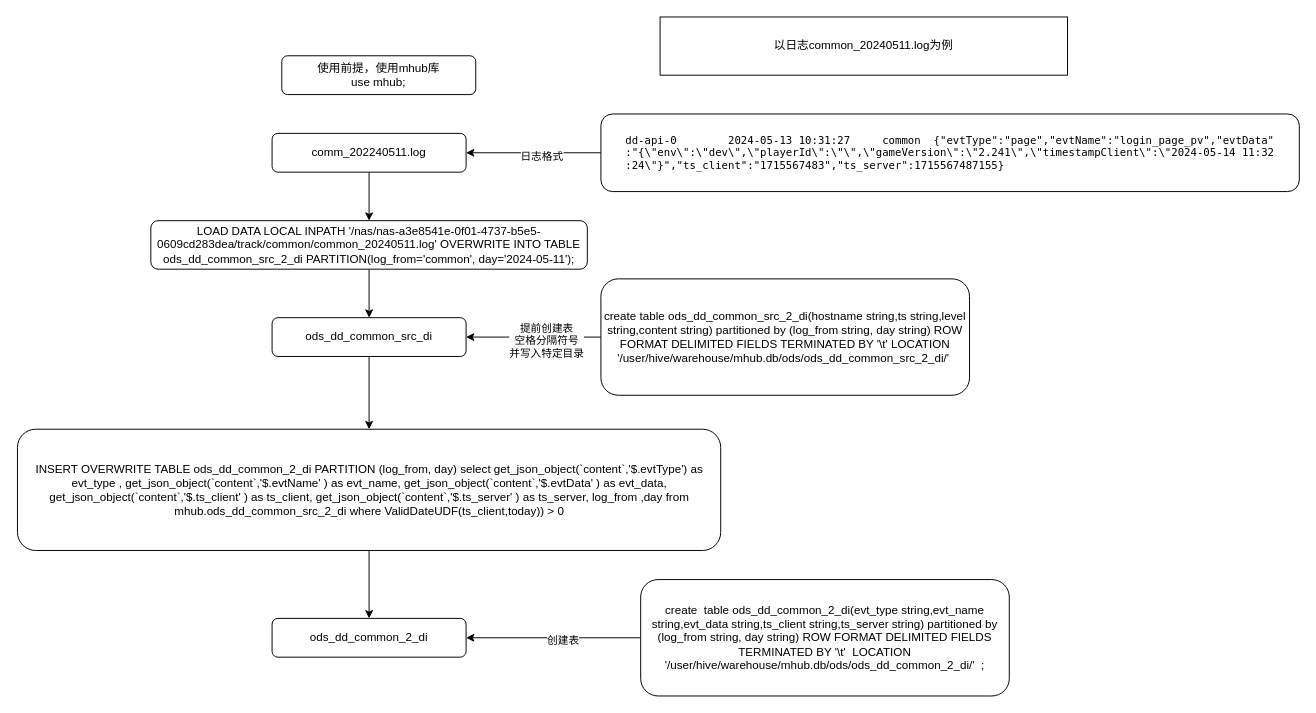
This is 掼蛋数据开发日志表流转流程.drawio from dfqxyfy/image, a draw.io file, before an edit. Source tidied: cells renumbered, new cells numbered last; positions are measured from the earlier drawing's top-left corner, leaving out a move shared by most shapes. Both pictures are drawn from the tidied source at 97%, with x=0, y=0 at pixel (17, 16).
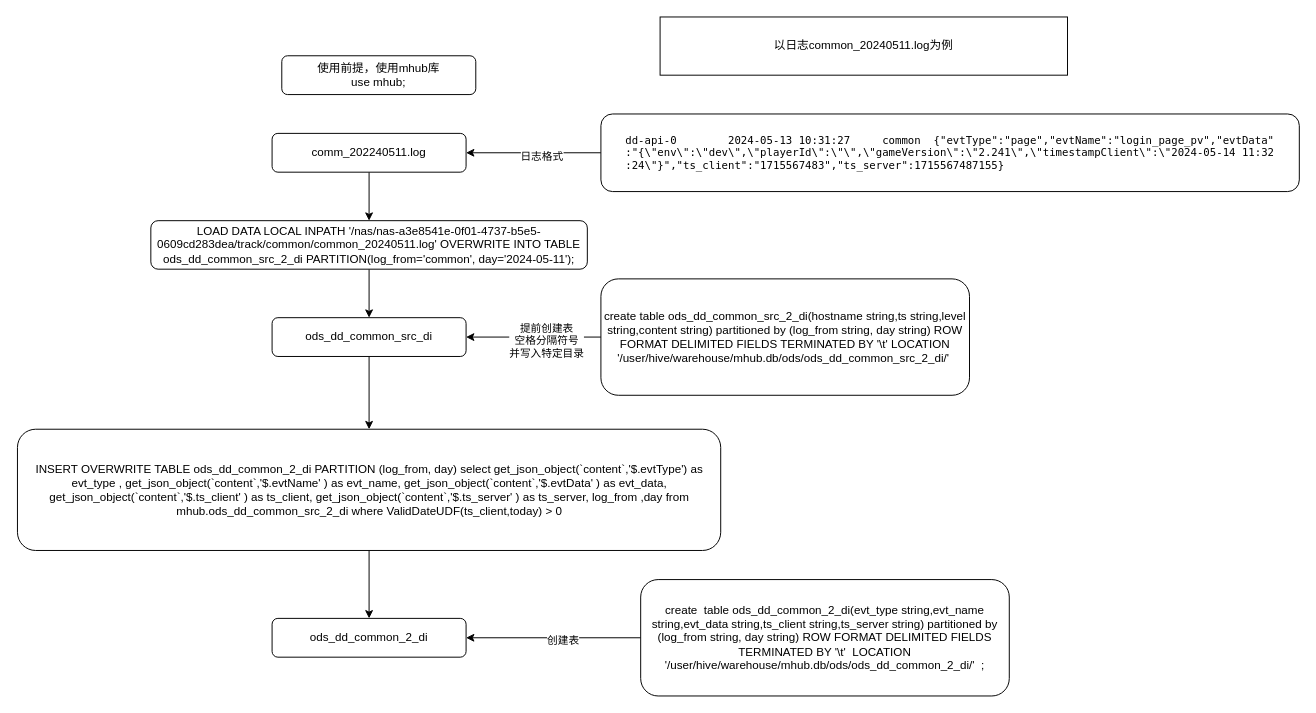
The same page after the edit.

Commit message:
更新掼蛋数据开发日志表流转流程.drawio

The edit, as a diff of the source:
```diff
@@
-    <mxCell id="21" value="INSERT OVERWRITE TABLE ods_dd_common_2_di PARTITION (log_from, day) select get_json_object(`content`,'$.evtType') as evt_type , get_json_object(`content`,'$.evtName' ) as evt_name, get_json_object(`content`,'$.evtData' ) as evt_data, get_json_object(`content`,'$.ts_client' ) as ts_client, get_json_object(`content`,'$.ts_server' ) as ts_server, log_from ,day from mhub.ods_dd_common_src_2_di where ValidDateUDF(ts_client,today)) &amp;gt; 0" style="rounded=1;whiteSpace=wrap;html=1;" parent="1" vertex="1">
+    <mxCell id="21" value="INSERT OVERWRITE TABLE ods_dd_common_2_di PARTITION (log_from, day) select get_json_object(`content`,'$.evtType') as evt_type , get_json_object(`content`,'$.evtName' ) as evt_name, get_json_object(`content`,'$.evtData' ) as evt_data, get_json_object(`content`,'$.ts_client' ) as ts_client, get_json_object(`content`,'$.ts_server' ) as ts_server, log_from ,day from mhub.ods_dd_common_src_2_di where ValidDateUDF(ts_client,today) &amp;gt; 0" style="rounded=1;whiteSpace=wrap;html=1;" parent="1" vertex="1">
       <mxGeometry x="-0.5" y="425" width="725" height="125" as="geometry" />
     </mxCell>
```
